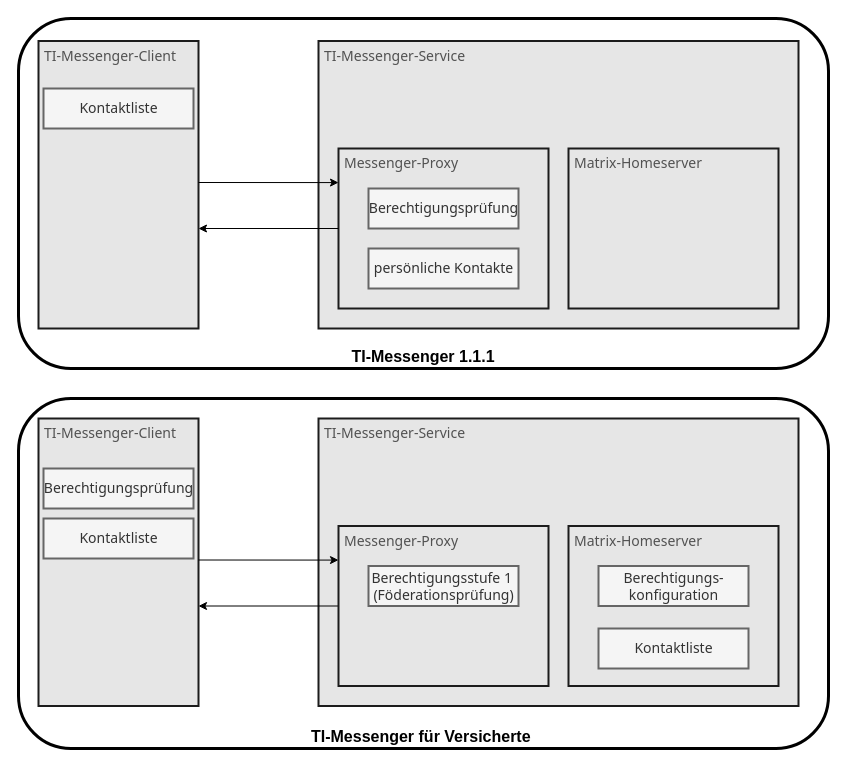
This is src/drawio/TI-Messenger-Fachdienst/Berechtigung_fdv.drawio from gematik/api-ti-messenger, a draw.io file, before an edit. Source tidied: cells renumbered, new cells numbered last; positions are measured from the earlier drawing's top-left corner, leaving out a move shared by most shapes. Both pictures are drawn from the tidied source at 100%, with x=0, y=0 at pixel (18, 18).
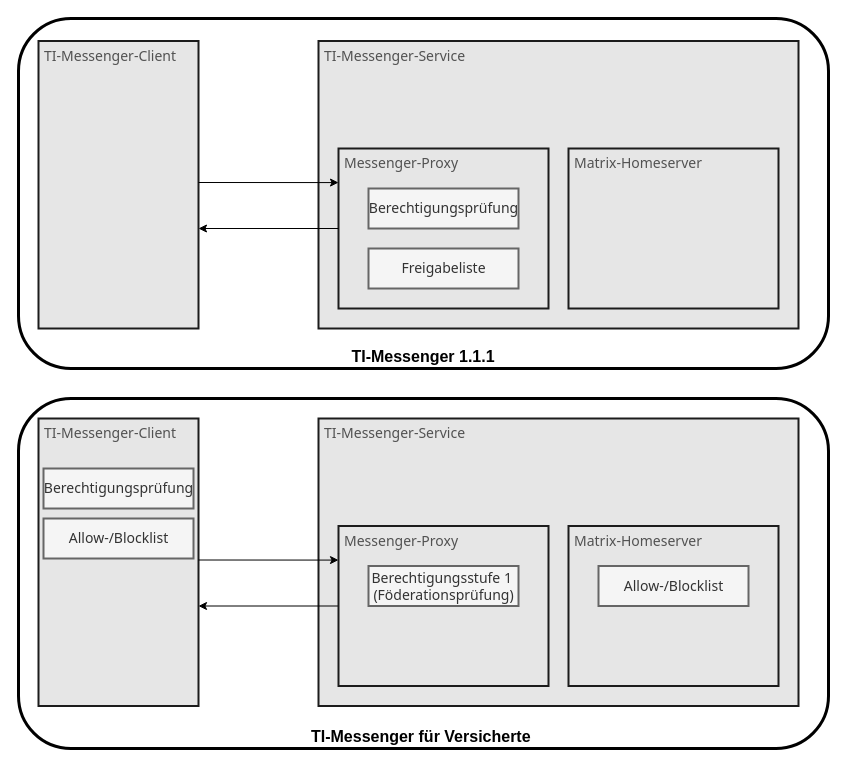
After the change.

Commit message:
added Allow-/Blocklist

Unchanged cells that the change refers to:
```xml
<mxCell id="7" style="group;" parent="1" vertex="1">
  <mxGeometry x="320" y="130" width="210" height="160" as="geometry" />
</mxCell>
```

Change to the diagram source:
```diff
@@
-    <mxCell id="10" value="persönliche Kontakte" style="html=1;strokeColor=#666666;fillColor=#f5f5f5;fontFamily=Tahoma;fontSize=14;align=center;strokeWidth=2;fontColor=#333333;" parent="7" vertex="1">
+    <mxCell id="10" value="Freigabeliste" style="html=1;strokeColor=#666666;fillColor=#f5f5f5;fontFamily=Tahoma;fontSize=14;align=center;strokeWidth=2;fontColor=#333333;" parent="7" vertex="1">
       <mxGeometry x="30" y="100" width="150" height="40" as="geometry" />
     </mxCell>
@@
-    <mxCell id="20" value="Kontaktliste" style="html=1;strokeColor=#666666;fillColor=#f5f5f5;fontFamily=Tahoma;fontSize=14;align=center;strokeWidth=2;fontColor=#333333;" parent="1" vertex="1">
-      <mxGeometry x="580" y="610" width="150" height="40" as="geometry" />
-    </mxCell>
@@
-    <mxCell id="22" value="Berechtigungs-&lt;br&gt;konfiguration" style="html=1;strokeColor=#666666;fillColor=#f5f5f5;fontFamily=Tahoma;fontSize=14;align=center;strokeWidth=2;fontColor=#333333;" parent="1" vertex="1">
+    <mxCell id="22" value="Allow-/Blocklist" style="html=1;strokeColor=#666666;fillColor=#f5f5f5;fontFamily=Tahoma;fontSize=14;align=center;strokeWidth=2;fontColor=#333333;" parent="1" vertex="1">
       <mxGeometry x="580" y="547.5" width="150" height="40" as="geometry" />
     </mxCell>
-    <mxCell id="23" value="Kontaktliste" style="html=1;strokeColor=#666666;fillColor=#f5f5f5;fontFamily=Tahoma;fontSize=14;align=center;strokeWidth=2;fontColor=#333333;" parent="1" vertex="1">
+    <mxCell id="23" value="Allow-/Blocklist" style="html=1;strokeColor=#666666;fillColor=#f5f5f5;fontFamily=Tahoma;fontSize=14;align=center;strokeWidth=2;fontColor=#333333;" parent="1" vertex="1">
       <mxGeometry x="25" y="500" width="150" height="40" as="geometry" />
     </mxCell>
-    <mxCell id="24" value="Kontaktliste" style="html=1;strokeColor=#666666;fillColor=#f5f5f5;fontFamily=Tahoma;fontSize=14;align=center;strokeWidth=2;fontColor=#333333;" parent="1" vertex="1">
-      <mxGeometry x="25" y="70" width="150" height="40" as="geometry" />
-    </mxCell>
```
